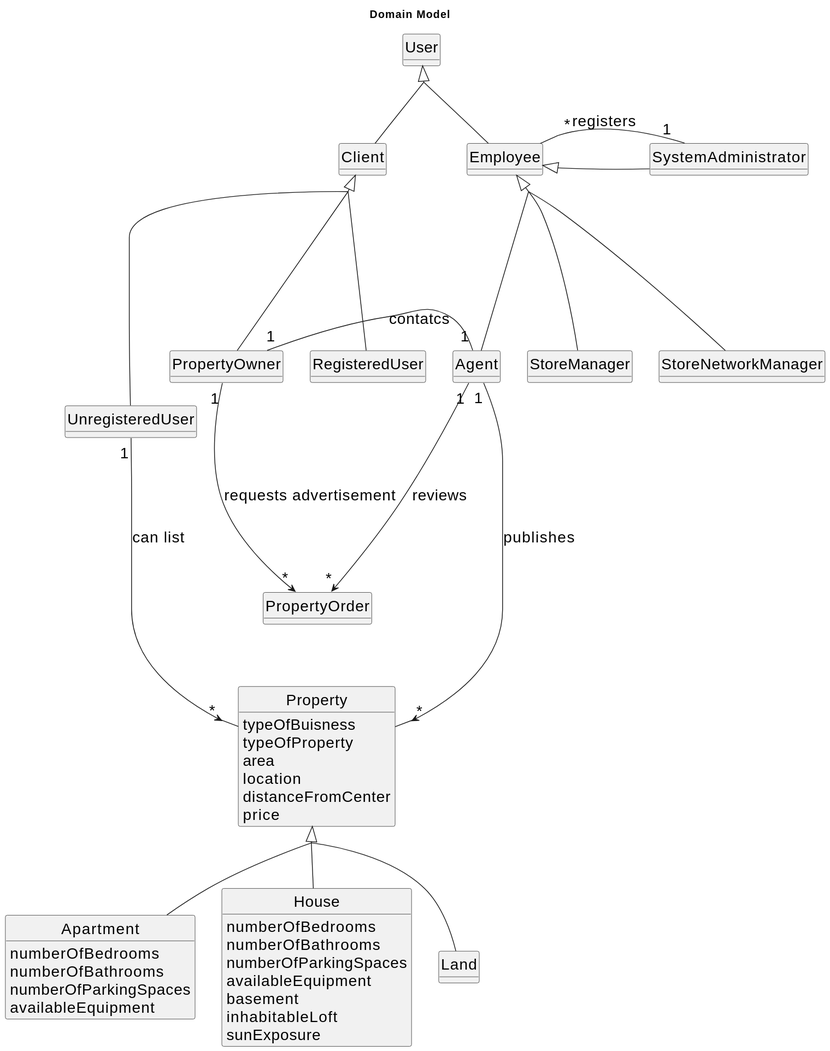
The PlantUML diagram docs/sprintA/global-artifacts/02.analysis/svg/project-domain-model-right.svg in Goncalves2525/real-estate-management-system, before a commit. The source it was exported from:
```plantuml
@startuml
skinparamlocked defaultFontSize 20
skinparam monochrome true
skinparam packageStyle rectangle
skinparam shadowing false
skinparam classAttributeIconSize 0
skinparam groupInheritance 2

hide circle
hide methods
title Domain Model

class Client{
}

class User{
}

class RegisteredUser{
}

class UnregisteredUser{
}

class PropertyOwner{
}

class Employee{
}

class Agent{
}

class StoreManager{
}

class StoreNetworkManager{
}

class SystemAdministrator{
}

class PropertyOrder{
}

class Property{
    typeOfBuisness
    typeOfProperty
    area
    location
    distanceFromCenter
    price
}

class Apartment{
    numberOfBedrooms
    numberOfBathrooms
    numberOfParkingSpaces
    availableEquipment
}

class House{
    numberOfBedrooms
    numberOfBathrooms
    numberOfParkingSpaces
    availableEquipment
    basement
    inhabitableLoft
    sunExposure
}

class Land{
}


SystemAdministrator "1" -left "*" Employee : registers
PropertyOwner "1" --> "*" PropertyOrder : requests advertisement
PropertyOwner "1" -right "1" Agent : contatcs
Agent "1" ----> "*" PropertyOrder : reviews
Agent "1" -----> "*" Property : publishes
UnregisteredUser "1" ---> "*" Property: can list

Client <|---- RegisteredUser
Client <|---- UnregisteredUser
Client <|---- PropertyOwner
User <|-- Client
User <|-- Employee
Employee <|-- Agent
Employee <|---- StoreManager
Employee <|---- StoreNetworkManager
Property <|-- House
Property <|-- Apartment
Property <|-- Land
Employee <|-- SystemAdministrator
@enduml
```
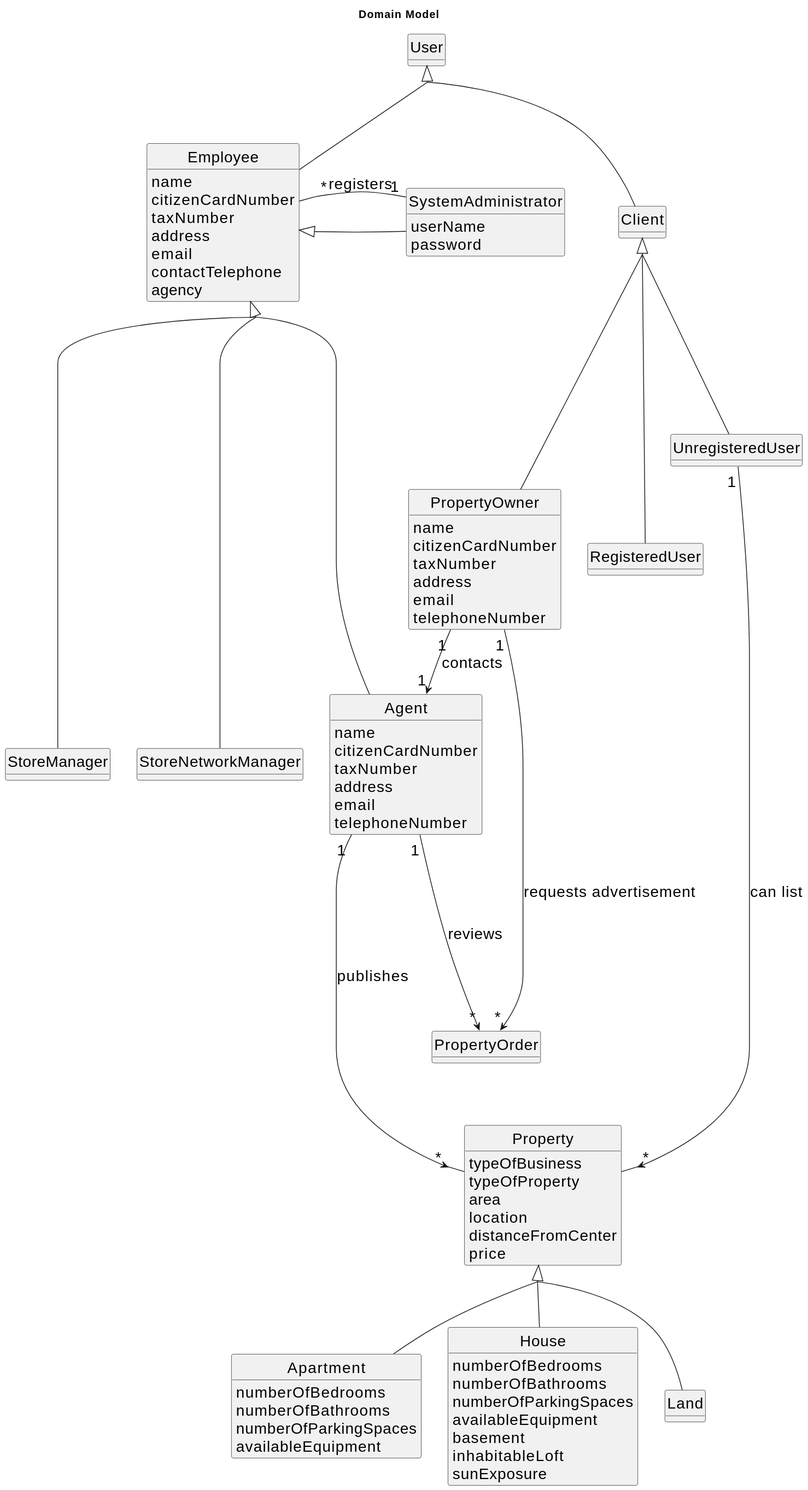
The same diagram one commit later.

Diff of the diagram source:
```diff
@@ -23,12 +23,31 @@
 }
 
 class PropertyOwner{
+    name
+    citizenCardNumber
+    taxNumber
+    address
+    email
+    telephoneNumber
 }
 
 class Employee{
+    name
+    citizenCardNumber
+    taxNumber
+    address
+    email
+    contactTelephone
+    agency
 }
 
 class Agent{
+    name
+    citizenCardNumber
+    taxNumber
+    address
+    email
+    telephoneNumber
 }
 
 class StoreManager{
@@ -38,13 +57,15 @@
 }
 
 class SystemAdministrator{
+   userName
+   password
 }
 
 class PropertyOrder{
 }
 
 class Property{
-    typeOfBuisness
+    typeOfBusiness
     typeOfProperty
     area
     location
@@ -75,19 +96,19 @@
 
 SystemAdministrator "1" -left "*" Employee : registers
 PropertyOwner "1" --> "*" PropertyOrder : requests advertisement
-PropertyOwner "1" -right "1" Agent : contatcs
+PropertyOwner "1" --> "1" Agent : contacts
 Agent "1" ----> "*" PropertyOrder : reviews
 Agent "1" -----> "*" Property : publishes
 UnregisteredUser "1" ---> "*" Property: can list
 
 Client <|---- RegisteredUser
-Client <|---- UnregisteredUser
+Client <|--- UnregisteredUser
 Client <|---- PropertyOwner
 User <|-- Client
 User <|-- Employee
 Employee <|-- Agent
-Employee <|---- StoreManager
-Employee <|---- StoreNetworkManager
+Employee <|----- StoreManager
+Employee <|----- StoreNetworkManager
 Property <|-- House
 Property <|-- Apartment
 Property <|-- Land
```
